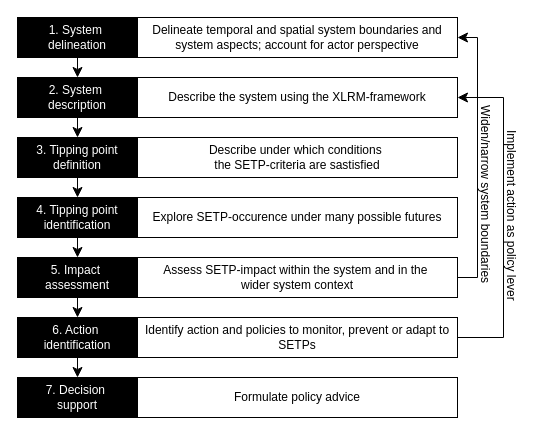
Earlier version of the draw.io diagram Drawings/Stepwise_approach.dio (keesvanginkel/Urban-SETP). Source tidied: cells renumbered, new cells numbered last; positions are measured from the earlier drawing's top-left corner, leaving out a move shared by most shapes. Both pictures are drawn from the tidied source at 100%, with x=0, y=0 at pixel (17, 17).
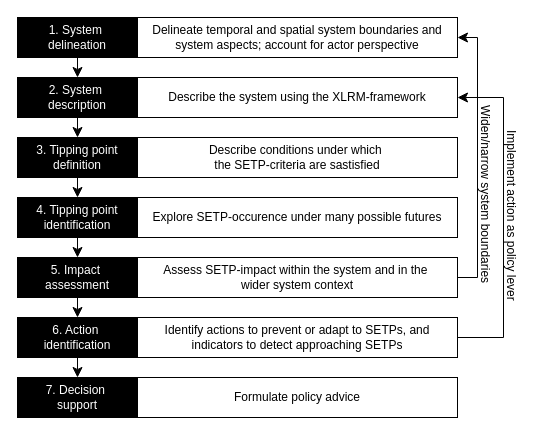
After the change.

What changed in the source:
```diff
@@
-    <mxCell id="17" value="Describe under which conditions&amp;nbsp;&lt;div&gt;the SETP-criteria are sastisfied&lt;/div&gt;" style="rounded=0;whiteSpace=wrap;html=1;" parent="1" vertex="1">
+    <mxCell id="17" value="Describe conditions under which&amp;nbsp;&lt;div&gt;the SETP-criteria are sastisfied&lt;/div&gt;" style="rounded=0;whiteSpace=wrap;html=1;" parent="1" vertex="1">
       <mxGeometry x="120" y="120" width="320" height="40" as="geometry" />
     </mxCell>
@@
-    <mxCell id="22" value="Identify action and policies to monitor, prevent or adapt to SETPs" style="rounded=0;whiteSpace=wrap;html=1;" parent="1" vertex="1">
+    <mxCell id="22" value="&lt;span lang=&quot;EN-US&quot;&gt;Identify actions to prevent or adapt to SETPs, and indicators to detect approaching SETPs&lt;/span&gt;" style="rounded=0;whiteSpace=wrap;html=1;" parent="1" vertex="1">
       <mxGeometry x="120" y="300" width="320" height="40" as="geometry" />
     </mxCell>
```
